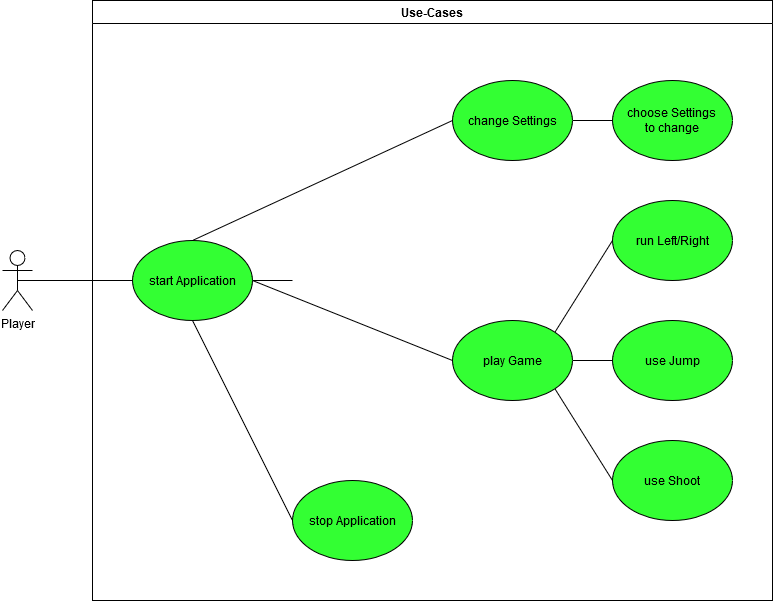
The draw.io diagram Use-Case_diagram.png in GabrielBalzer/tedsquest_documentation, before a commit. Source tidied: cells renumbered, new cells last; positions are measured from the earlier drawing's top-left corner, leaving out a move shared by most shapes. Its diagram source:
```xml
<mxGraphModel>
  <root>
    <mxCell id="0" />
    <mxCell id="1" parent="0" />
    <mxCell id="2" style="rounded=0;jettySize=auto;html=1;exitX=0.5;exitY=0.5;exitDx=0;exitDy=0;exitPerimeter=0;entryX=0;entryY=0.5;entryDx=0;entryDy=0;endArrow=none;endFill=0;" parent="1" edge="1" source="3" target="7">
      <mxGeometry relative="1" as="geometry" />
    </mxCell>
    <mxCell id="3" value="&lt;div&gt;Player&lt;/div&gt;" style="shape=umlActor;verticalLabelPosition=bottom;labelBackgroundColor=#ffffff;verticalAlign=top;html=1;outlineConnect=0;" parent="1" vertex="1">
      <mxGeometry y="250" width="30" height="60" as="geometry" />
    </mxCell>
    <mxCell id="4" value="Use-Cases" style="swimlane;whiteSpace=wrap;" parent="1" vertex="1">
      <mxGeometry x="90" width="680" height="600" as="geometry" />
    </mxCell>
    <mxCell id="5" style="edgeStyle=none;rounded=0;jettySize=auto;html=1;exitX=1;exitY=0.5;exitDx=0;exitDy=0;endArrow=none;endFill=0;" parent="4" edge="1" source="7">
      <mxGeometry relative="1" as="geometry">
        <mxPoint x="200" y="280" as="targetPoint" />
      </mxGeometry>
    </mxCell>
    <mxCell id="6" style="edgeStyle=none;rounded=0;jettySize=auto;html=1;exitX=0.5;exitY=1;exitDx=0;exitDy=0;entryX=0;entryY=0.5;entryDx=0;entryDy=0;endArrow=none;endFill=0;" parent="4" edge="1" source="7" target="10">
      <mxGeometry relative="1" as="geometry" />
    </mxCell>
    <mxCell id="7" value="start Application" style="ellipse;whiteSpace=wrap;html=1;fillColor=#33FF33;" parent="4" vertex="1">
      <mxGeometry x="40" y="240" width="120" height="80" as="geometry" />
    </mxCell>
    <mxCell id="8" style="edgeStyle=none;rounded=0;jettySize=auto;html=1;exitX=0;exitY=0.5;exitDx=0;exitDy=0;entryX=0.5;entryY=0;entryDx=0;entryDy=0;endArrow=none;endFill=0;" parent="4" edge="1" source="12" target="7">
      <mxGeometry relative="1" as="geometry" />
    </mxCell>
    <mxCell id="9" style="edgeStyle=none;rounded=0;jettySize=auto;html=1;exitX=1;exitY=0.5;exitDx=0;exitDy=0;entryX=0;entryY=0.5;entryDx=0;entryDy=0;endArrow=none;endFill=0;" parent="4" edge="1" source="7" target="16">
      <mxGeometry relative="1" as="geometry" />
    </mxCell>
    <mxCell id="10" value="stop Application" style="ellipse;whiteSpace=wrap;html=1;fillColor=#33FF33;" parent="4" vertex="1">
      <mxGeometry x="200" y="480" width="120" height="80" as="geometry" />
    </mxCell>
    <mxCell id="11" style="edgeStyle=none;rounded=0;jettySize=auto;html=1;exitX=1;exitY=0.5;exitDx=0;exitDy=0;entryX=0;entryY=0.5;entryDx=0;entryDy=0;endArrow=none;endFill=0;" parent="4" edge="1" source="12" target="17">
      <mxGeometry relative="1" as="geometry" />
    </mxCell>
    <mxCell id="12" value="change Settings" style="ellipse;whiteSpace=wrap;html=1;fillColor=#33FF33;" parent="4" vertex="1">
      <mxGeometry x="360" y="80" width="120" height="80" as="geometry" />
    </mxCell>
    <mxCell id="13" style="edgeStyle=none;rounded=0;jettySize=auto;html=1;exitX=1;exitY=0;exitDx=0;exitDy=0;entryX=0;entryY=0.5;entryDx=0;entryDy=0;endArrow=none;endFill=0;" parent="4" edge="1" source="16" target="18">
      <mxGeometry relative="1" as="geometry" />
    </mxCell>
    <mxCell id="14" style="edgeStyle=none;rounded=0;jettySize=auto;html=1;exitX=1;exitY=0.5;exitDx=0;exitDy=0;entryX=0;entryY=0.5;entryDx=0;entryDy=0;endArrow=none;endFill=0;" parent="4" edge="1" source="16" target="19">
      <mxGeometry relative="1" as="geometry" />
    </mxCell>
    <mxCell id="15" style="edgeStyle=none;rounded=0;jettySize=auto;html=1;exitX=1;exitY=1;exitDx=0;exitDy=0;entryX=0;entryY=0.5;entryDx=0;entryDy=0;endArrow=none;endFill=0;" parent="4" edge="1" source="16" target="20">
      <mxGeometry relative="1" as="geometry" />
    </mxCell>
    <mxCell id="16" value="play Game" style="ellipse;whiteSpace=wrap;html=1;fillColor=#33FF33;" parent="4" vertex="1">
      <mxGeometry x="360" y="320" width="120" height="80" as="geometry" />
    </mxCell>
    <mxCell id="17" value="choose Settings&lt;br&gt;to change" style="ellipse;whiteSpace=wrap;html=1;fillColor=#33FF33;" parent="4" vertex="1">
      <mxGeometry x="520" y="80" width="120" height="80" as="geometry" />
    </mxCell>
    <mxCell id="18" value="run Left/Right" style="ellipse;whiteSpace=wrap;html=1;fillColor=#33FF33;" parent="4" vertex="1">
      <mxGeometry x="520" y="200" width="120" height="80" as="geometry" />
    </mxCell>
    <mxCell id="19" value="use Jump" style="ellipse;whiteSpace=wrap;html=1;fillColor=#33FF33;" parent="4" vertex="1">
      <mxGeometry x="520" y="320" width="120" height="80" as="geometry" />
    </mxCell>
    <mxCell id="20" value="use Shoot" style="ellipse;whiteSpace=wrap;html=1;fillColor=#33FF33;" parent="4" vertex="1">
      <mxGeometry x="520" y="440" width="120" height="80" as="geometry" />
    </mxCell>
  </root>
</mxGraphModel>
```
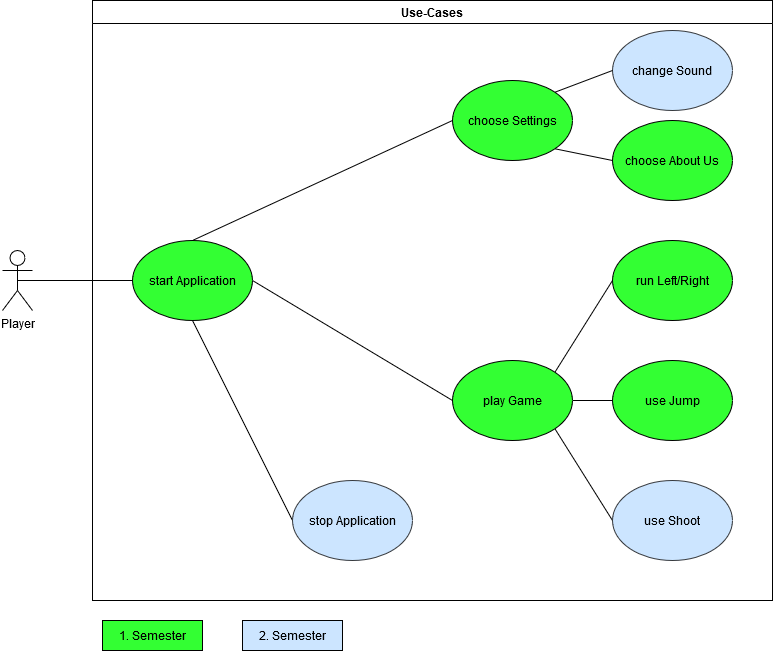
After the commit.

Change to the diagram source:
```diff
@@ -11,32 +11,27 @@
     <mxCell id="4" value="Use-Cases" style="swimlane;whiteSpace=wrap;" parent="1" vertex="1">
       <mxGeometry x="90" width="680" height="600" as="geometry" />
     </mxCell>
-    <mxCell id="5" style="edgeStyle=none;rounded=0;jettySize=auto;html=1;exitX=1;exitY=0.5;exitDx=0;exitDy=0;endArrow=none;endFill=0;" parent="4" edge="1" source="7">
-      <mxGeometry relative="1" as="geometry">
-        <mxPoint x="200" y="280" as="targetPoint" />
-      </mxGeometry>
-    </mxCell>
     <mxCell id="6" style="edgeStyle=none;rounded=0;jettySize=auto;html=1;exitX=0.5;exitY=1;exitDx=0;exitDy=0;entryX=0;entryY=0.5;entryDx=0;entryDy=0;endArrow=none;endFill=0;" parent="4" edge="1" source="7" target="10">
       <mxGeometry relative="1" as="geometry" />
     </mxCell>
     <mxCell id="7" value="start Application" style="ellipse;whiteSpace=wrap;html=1;fillColor=#33FF33;" parent="4" vertex="1">
       <mxGeometry x="40" y="240" width="120" height="80" as="geometry" />
     </mxCell>
-    <mxCell id="8" style="edgeStyle=none;rounded=0;jettySize=auto;html=1;exitX=0;exitY=0.5;exitDx=0;exitDy=0;entryX=0.5;entryY=0;entryDx=0;entryDy=0;endArrow=none;endFill=0;" parent="4" edge="1" source="12" target="7">
-      <mxGeometry relative="1" as="geometry" />
-    </mxCell>
+    <mxCell id="21" style="edgeStyle=none;rounded=0;jettySize=auto;html=1;exitX=0;exitY=0.5;exitDx=0;exitDy=0;entryX=0.5;entryY=0;entryDx=0;entryDy=0;endArrow=none;endFill=0;" parent="4" edge="1" source="23" target="7">
+      <mxGeometry relative="1" as="geometry" />
+    </mxCell>
     <mxCell id="9" style="edgeStyle=none;rounded=0;jettySize=auto;html=1;exitX=1;exitY=0.5;exitDx=0;exitDy=0;entryX=0;entryY=0.5;entryDx=0;entryDy=0;endArrow=none;endFill=0;" parent="4" edge="1" source="7" target="16">
       <mxGeometry relative="1" as="geometry" />
     </mxCell>
-    <mxCell id="10" value="stop Application" style="ellipse;whiteSpace=wrap;html=1;fillColor=#33FF33;" parent="4" vertex="1">
+    <mxCell id="10" value="stop Application" style="ellipse;whiteSpace=wrap;html=1;fillColor=#cce5ff;strokeColor=#36393d;" parent="4" vertex="1">
       <mxGeometry x="200" y="480" width="120" height="80" as="geometry" />
     </mxCell>
-    <mxCell id="11" style="edgeStyle=none;rounded=0;jettySize=auto;html=1;exitX=1;exitY=0.5;exitDx=0;exitDy=0;entryX=0;entryY=0.5;entryDx=0;entryDy=0;endArrow=none;endFill=0;" parent="4" edge="1" source="12" target="17">
-      <mxGeometry relative="1" as="geometry" />
-    </mxCell>
-    <mxCell id="12" value="change Settings" style="ellipse;whiteSpace=wrap;html=1;fillColor=#33FF33;" parent="4" vertex="1">
-      <mxGeometry x="360" y="80" width="120" height="80" as="geometry" />
-    </mxCell>
+    <mxCell id="22" style="edgeStyle=none;rounded=0;jettySize=auto;html=1;exitX=1;exitY=1;exitDx=0;exitDy=0;entryX=0;entryY=0.5;entryDx=0;entryDy=0;endArrow=none;endFill=0;" parent="4" edge="1" source="23" target="24">
+      <mxGeometry relative="1" as="geometry" />
+    </mxCell>
+    <mxCell id="23" value="choose Settings" style="ellipse;whiteSpace=wrap;html=1;fillColor=#33FF33;" parent="4" vertex="1">
+      <mxGeometry x="360" y="80" width="120" height="80" as="geometry" />
+    </mxCell>
     <mxCell id="13" style="edgeStyle=none;rounded=0;jettySize=auto;html=1;exitX=1;exitY=0;exitDx=0;exitDy=0;entryX=0;entryY=0.5;entryDx=0;entryDy=0;endArrow=none;endFill=0;" parent="4" edge="1" source="16" target="18">
       <mxGeometry relative="1" as="geometry" />
     </mxCell>
@@ -47,19 +42,31 @@
       <mxGeometry relative="1" as="geometry" />
     </mxCell>
     <mxCell id="16" value="play Game" style="ellipse;whiteSpace=wrap;html=1;fillColor=#33FF33;" parent="4" vertex="1">
-      <mxGeometry x="360" y="320" width="120" height="80" as="geometry" />
+      <mxGeometry x="360" y="360" width="120" height="80" as="geometry" />
     </mxCell>
-    <mxCell id="17" value="choose Settings&lt;br&gt;to change" style="ellipse;whiteSpace=wrap;html=1;fillColor=#33FF33;" parent="4" vertex="1">
-      <mxGeometry x="520" y="80" width="120" height="80" as="geometry" />
-    </mxCell>
+    <mxCell id="24" value="choose About Us" style="ellipse;whiteSpace=wrap;html=1;fillColor=#33FF33;" parent="4" vertex="1">
+      <mxGeometry x="520" y="120" width="120" height="80" as="geometry" />
+    </mxCell>
     <mxCell id="18" value="run Left/Right" style="ellipse;whiteSpace=wrap;html=1;fillColor=#33FF33;" parent="4" vertex="1">
-      <mxGeometry x="520" y="200" width="120" height="80" as="geometry" />
+      <mxGeometry x="520" y="240" width="120" height="80" as="geometry" />
     </mxCell>
     <mxCell id="19" value="use Jump" style="ellipse;whiteSpace=wrap;html=1;fillColor=#33FF33;" parent="4" vertex="1">
-      <mxGeometry x="520" y="320" width="120" height="80" as="geometry" />
+      <mxGeometry x="520" y="360" width="120" height="80" as="geometry" />
     </mxCell>
-    <mxCell id="20" value="use Shoot" style="ellipse;whiteSpace=wrap;html=1;fillColor=#33FF33;" parent="4" vertex="1">
-      <mxGeometry x="520" y="440" width="120" height="80" as="geometry" />
+    <mxCell id="20" value="use Shoot" style="ellipse;whiteSpace=wrap;html=1;fillColor=#cce5ff;strokeColor=#36393d;" parent="4" vertex="1">
+      <mxGeometry x="520" y="480" width="120" height="80" as="geometry" />
     </mxCell>
+    <mxCell id="25" value="change Sound" style="ellipse;whiteSpace=wrap;html=1;fillColor=#cce5ff;strokeColor=#36393d;" parent="4" vertex="1">
+      <mxGeometry x="520" y="30" width="120" height="80" as="geometry" />
+    </mxCell>
+    <mxCell id="26" style="edgeStyle=none;rounded=0;jettySize=auto;html=1;endArrow=none;endFill=0;exitX=1;exitY=0;exitDx=0;exitDy=0;entryX=0;entryY=0.5;entryDx=0;entryDy=0;" parent="4" edge="1" source="23" target="25">
+      <mxGeometry relative="1" as="geometry" />
+    </mxCell>
+    <mxCell id="27" value="1. Semester" style="rounded=0;whiteSpace=wrap;html=1;fillColor=#33FF33;" parent="1" vertex="1">
+      <mxGeometry x="100" y="620" width="100" height="30" as="geometry" />
+    </mxCell>
+    <mxCell id="28" value="2. Semester" style="rounded=0;whiteSpace=wrap;html=1;fillColor=#CCE5FF;" parent="1" vertex="1">
+      <mxGeometry x="240" y="620" width="100" height="30" as="geometry" />
+    </mxCell>
   </root>
 </mxGraphModel>
```
